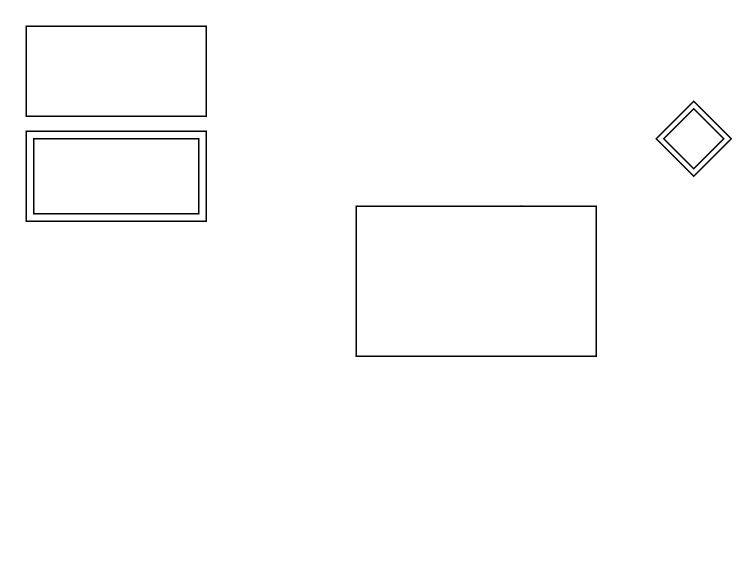
Above: p01/EA-Diagram.drawio in SrGesus/bd-projects-23 (draw.io), before the change. Source tidied: cells renumbered, new cells numbered last; positions are measured from the earlier drawing's top-left corner, leaving out a move shared by most shapes. Both pictures are drawn from the tidied source at 150%, with x=0, y=0 at pixel (26, 26).
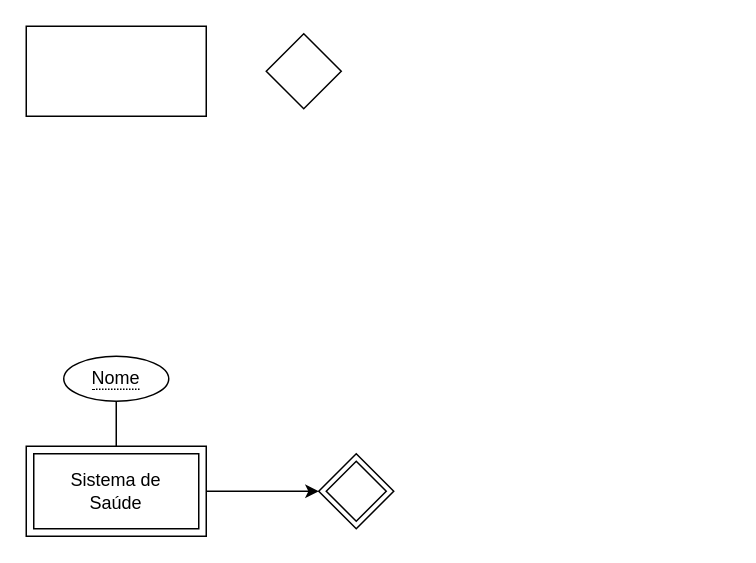
Above is the later version.

What changed in the source:
```diff
@@
 <mxGraphModel>
   <root>
     <mxCell id="0" />
     <mxCell id="1" parent="0" />
     <mxCell id="2" style="whiteSpace=wrap;html=1;" parent="1" vertex="1">
       <mxGeometry width="120" height="60" as="geometry" />
     </mxCell>
-    <mxCell id="3" style="group;" parent="1" vertex="1">
-      <mxGeometry y="70" width="120" height="60" as="geometry" />
-    </mxCell>
-    <mxCell id="4" style="rounded=0;whiteSpace=wrap;html=1;strokeColor=default;shadow=0;" parent="3" vertex="1">
-      <mxGeometry width="120" height="60" as="geometry" />
-    </mxCell>
-    <mxCell id="5" style="rounded=0;whiteSpace=wrap;html=1;" parent="3" vertex="1">
-      <mxGeometry x="5" y="5" width="110" height="50" as="geometry" />
-    </mxCell>
     <mxCell id="6" style="rhombus;whiteSpace=wrap;html=1;" parent="1" vertex="1">
-      <mxGeometry x="305" y="120" width="50" height="50" as="geometry" />
+      <mxGeometry x="160" y="5" width="50" height="50" as="geometry" />
     </mxCell>
-    <mxCell id="7" style="group;" parent="1" vertex="1">
-      <mxGeometry x="420" y="50" width="50" height="50" as="geometry" />
+    <mxCell id="7" style="group;fillColor=none;" parent="1" vertex="1">
+      <mxGeometry x="195" y="285" width="50" height="50" as="geometry" />
     </mxCell>
+    <mxCell id="9" style="rhombus;whiteSpace=wrap;html=1;" parent="7" vertex="1">
+      <mxGeometry x="5" y="5" width="40" height="40" as="geometry" />
+    </mxCell>
-    <mxCell id="8" style="rhombus;whiteSpace=wrap;html=1;" parent="7" vertex="1">
+    <mxCell id="8" style="rhombus;whiteSpace=wrap;html=1;fillColor=none;" parent="7" vertex="1">
       <mxGeometry width="50" height="50" as="geometry" />
     </mxCell>
-    <mxCell id="9" style="rhombus;whiteSpace=wrap;html=1;" parent="7" vertex="1">
-      <mxGeometry x="5" y="5" width="40" height="40" as="geometry" />
-    </mxCell>
-    <mxCell id="10" style="rounded=0;whiteSpace=wrap;html=1;" parent="1" vertex="1">
-      <mxGeometry x="220" y="120" width="160" height="100" as="geometry" />
-    </mxCell>
+    <mxCell id="11" style="group;" parent="1" vertex="1">
+      <mxGeometry y="280" width="120" height="60" as="geometry" />
+    </mxCell>
+    <mxCell id="5" style="rounded=0;whiteSpace=wrap;html=1;" parent="11" vertex="1">
+      <mxGeometry x="5" y="5" width="110" height="50" as="geometry" />
+    </mxCell>
+    <mxCell id="12" value="Sistema de&lt;br&gt;&lt;div&gt;Saúde&lt;/div&gt;" style="rounded=0;whiteSpace=wrap;html=1;strokeColor=default;shadow=0;fillColor=none;" parent="11" vertex="1">
+      <mxGeometry width="120" height="60" as="geometry" />
+    </mxCell>
+    <mxCell id="13" value="&lt;span style=&quot;border-bottom: 1px dotted&quot;&gt;Nome&lt;/span&gt;" style="ellipse;whiteSpace=wrap;html=1;align=center;" parent="1" vertex="1">
+      <mxGeometry x="25" y="220" width="70" height="30" as="geometry" />
+    </mxCell>
+    <mxCell id="14" style="edgeStyle=orthogonalEdgeStyle;rounded=0;jettySize=auto;html=1;endArrow=none;endFill=0;" parent="1" edge="1" source="12" target="13">
+      <mxGeometry relative="1" as="geometry" />
+    </mxCell>
+    <mxCell id="15" style="edgeStyle=orthogonalEdgeStyle;rounded=0;jettySize=auto;html=1;" parent="1" edge="1" source="12" target="8">
+      <mxGeometry relative="1" as="geometry" />
+    </mxCell>
   </root>
 </mxGraphModel>
```
